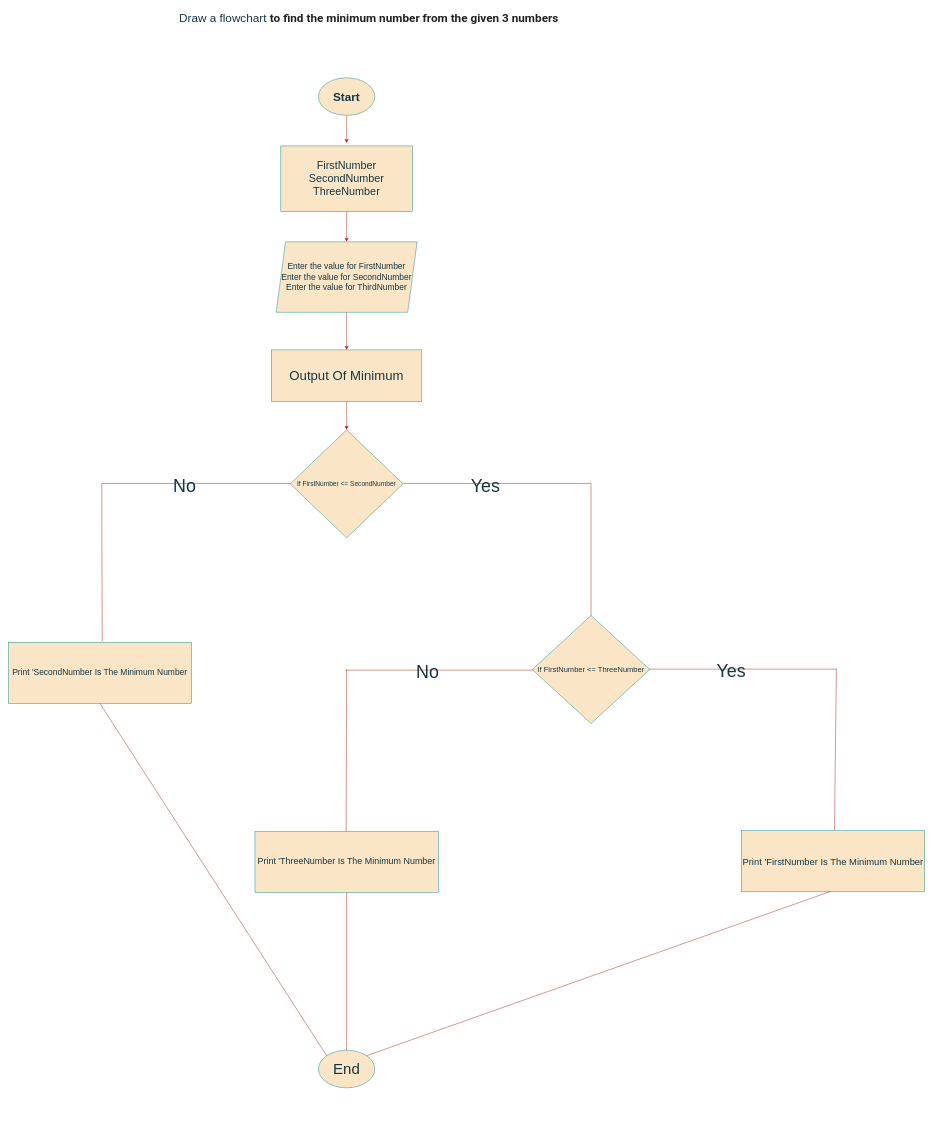
Above: c_language/Control_Structure/Minimum_Three_Numbers.drawio in BhavyaWithCode/FlutterDevelopmentTask (draw.io), before the change. Source tidied: cells renumbered, new cells numbered last; positions are measured from the earlier drawing's top-left corner, leaving out a move shared by most shapes. Both pictures are drawn from the tidied source at 47%, with x=0, y=0 at pixel (8, 8).
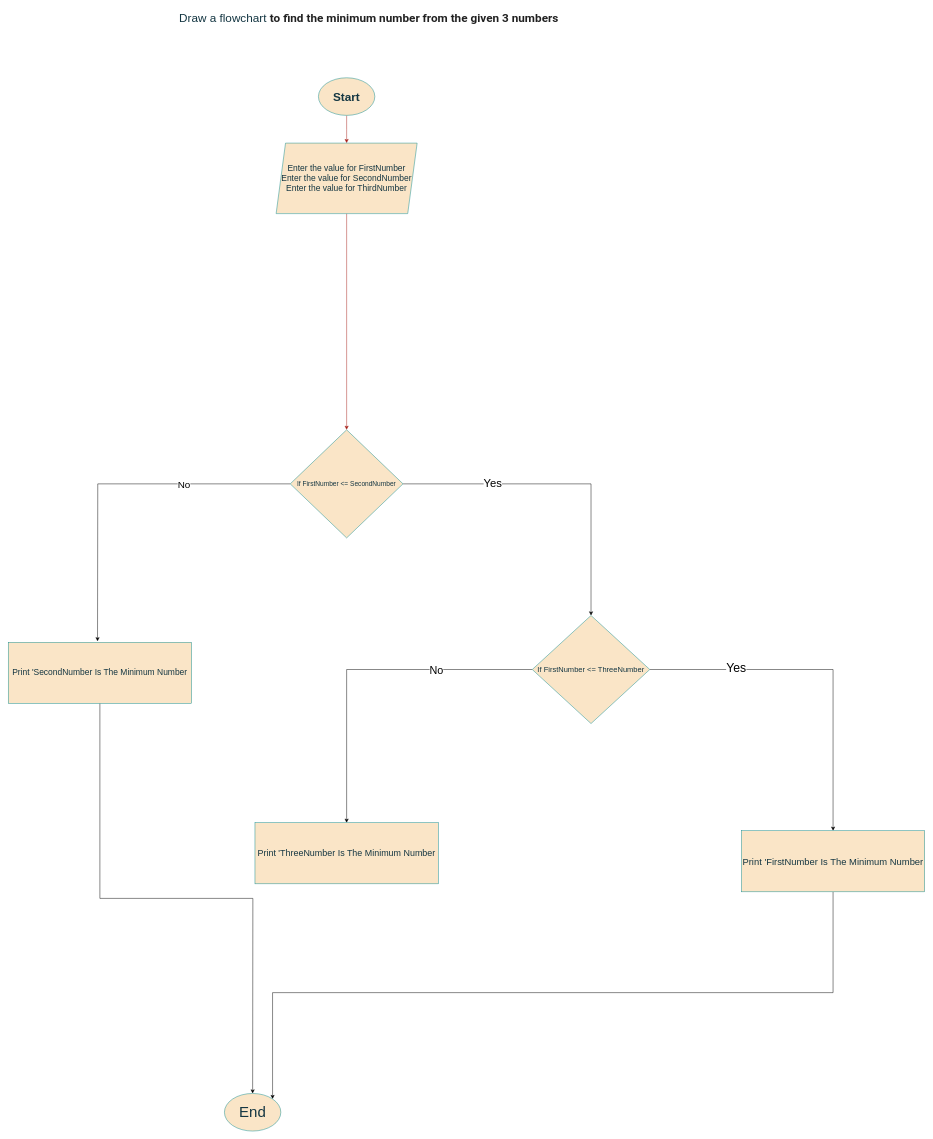
The same diagram, later.

Unchanged cells that the change refers to:
```xml
<mxCell id="11" value="&lt;font style=&quot;font-size: 14px;&quot;&gt;If FirstNumber &amp;lt;= SecondNumber&lt;/font&gt;" style="rhombus;whiteSpace=wrap;html=1;labelBackgroundColor=none;fillColor=#FAE5C7;strokeColor=#0F8B8D;fontColor=#143642;" parent="1" vertex="1">
  <mxGeometry x="600" y="897" width="240" height="230" as="geometry" />
</mxCell>
<mxCell id="17" value="&lt;font style=&quot;font-size: 16px;&quot;&gt;If FirstNumber &amp;lt;= ThreeNumber&lt;/font&gt;" style="rhombus;whiteSpace=wrap;html=1;labelBackgroundColor=none;fillColor=#FAE5C7;strokeColor=#0F8B8D;fontColor=#143642;" parent="1" vertex="1">
  <mxGeometry x="1115" y="1292" width="250" height="230" as="geometry" />
</mxCell>
<mxCell id="25" value="&lt;font style=&quot;font-size: 18px;&quot;&gt;Print 'SecondNumber Is The Minimum Number&lt;/font&gt;" style="rounded=0;whiteSpace=wrap;html=1;labelBackgroundColor=none;fillColor=#FAE5C7;strokeColor=#0F8B8D;fontColor=#143642;" parent="1" vertex="1">
  <mxGeometry y="1349" width="390" height="130" as="geometry" />
</mxCell>
<mxCell id="27" value="&lt;font style=&quot;font-size: 20px;&quot;&gt;Print 'FirstNumber Is The Minimum Number&lt;/font&gt;" style="rounded=0;whiteSpace=wrap;html=1;labelBackgroundColor=none;fillColor=#FAE5C7;strokeColor=#0F8B8D;fontColor=#143642;" parent="1" vertex="1">
  <mxGeometry x="1560" y="1750" width="390" height="130" as="geometry" />
</mxCell>
```

What changed in the source:
```diff
@@
-    <mxCell id="5" style="edgeStyle=orthogonalEdgeStyle;rounded=0;jettySize=auto;html=1;labelBackgroundColor=none;strokeColor=#A8201A;fontColor=default;" parent="1" edge="1" source="6" target="8">
-      <mxGeometry relative="1" as="geometry" />
-    </mxCell>
-    <mxCell id="6" value="&lt;font style=&quot;font-size: 23px;&quot;&gt;FirstNumber&lt;br&gt;SecondNumber&lt;br&gt;ThreeNumber&lt;/font&gt;" style="rounded=0;whiteSpace=wrap;html=1;labelBackgroundColor=none;fillColor=#FAE5C7;strokeColor=#0F8B8D;fontColor=#143642;" parent="1" vertex="1">
-      <mxGeometry x="580" y="293" width="280" height="140" as="geometry" />
-    </mxCell>
-    <mxCell id="7" style="edgeStyle=orthogonalEdgeStyle;rounded=0;jettySize=auto;html=1;labelBackgroundColor=none;strokeColor=#A8201A;fontColor=default;" parent="1" edge="1" source="8" target="10">
+    <mxCell id="7" style="edgeStyle=orthogonalEdgeStyle;rounded=0;jettySize=auto;html=1;labelBackgroundColor=none;strokeColor=#A8201A;fontColor=default;entryX=0.5;entryY=0;entryDx=0;entryDy=0;" parent="1" edge="1" source="8" target="11">
       <mxGeometry relative="1" as="geometry" />
     </mxCell>
     <mxCell id="8" value="&lt;font style=&quot;font-size: 18px;&quot;&gt;Enter the value for FirstNumber&lt;br&gt;Enter the value for SecondNumber&lt;br&gt;Enter the value for ThirdNumber&lt;/font&gt;" style="shape=parallelogram;perimeter=parallelogramPerimeter;whiteSpace=wrap;html=1;fixedSize=1;labelBackgroundColor=none;fillColor=#FAE5C7;strokeColor=#0F8B8D;fontColor=#143642;" parent="1" vertex="1">
-      <mxGeometry x="570" y="497" width="300" height="150" as="geometry" />
+      <mxGeometry x="570" y="287" width="300" height="150" as="geometry" />
     </mxCell>
-    <mxCell id="9" style="edgeStyle=orthogonalEdgeStyle;rounded=0;jettySize=auto;html=1;labelBackgroundColor=none;strokeColor=#A8201A;fontColor=default;" parent="1" edge="1" source="10" target="11">
-      <mxGeometry relative="1" as="geometry" />
-    </mxCell>
-    <mxCell id="10" value="&lt;font style=&quot;font-size: 28px;&quot;&gt;Output Of Minimum&lt;/font&gt;" style="rounded=0;whiteSpace=wrap;html=1;labelBackgroundColor=none;fillColor=#FAE5C7;strokeColor=#0F8B8D;fontColor=#143642;" parent="1" vertex="1">
-      <mxGeometry x="560" y="727" width="320" height="110" as="geometry" />
-    </mxCell>
+    <mxCell id="32" style="edgeStyle=orthogonalEdgeStyle;rounded=0;jettySize=auto;html=1;exitX=0;exitY=0.5;exitDx=0;exitDy=0;" parent="1" edge="1" source="11">
+      <mxGeometry relative="1" as="geometry">
+        <mxPoint x="190" y="1347" as="targetPoint" />
+      </mxGeometry>
+    </mxCell>
+    <mxCell id="33" value="&lt;span style=&quot;font-size: 21px;&quot;&gt;No&lt;/span&gt;" style="edgeLabel;html=1;align=center;verticalAlign=middle;" parent="32" vertex="1">
+      <mxGeometry x="-0.39" y="1" relative="1" as="geometry" />
+    </mxCell>
+    <mxCell id="34" style="edgeStyle=orthogonalEdgeStyle;rounded=0;jettySize=auto;html=1;exitX=1;exitY=0.5;exitDx=0;exitDy=0;entryX=0.5;entryY=0;entryDx=0;entryDy=0;" parent="1" edge="1" source="11" target="17">
+      <mxGeometry relative="1" as="geometry" />
+    </mxCell>
+    <mxCell id="35" value="&lt;span style=&quot;font-size: 24px;&quot;&gt;Yes&lt;/span&gt;" style="edgeLabel;html=1;align=center;verticalAlign=middle;" parent="34" vertex="1">
+      <mxGeometry x="-0.44" y="2" relative="1" as="geometry" />
+    </mxCell>
@@
-    <mxCell id="12" style="endArrow=none;html=1;rounded=0;labelBackgroundColor=none;strokeColor=#A8201A;fontColor=default;" parent="1" edge="1">
-      <mxGeometry relative="1" as="geometry">
-        <mxPoint x="1240" y="1298" as="sourcePoint" />
-        <mxPoint x="1240" y="1011" as="targetPoint" />
-      </mxGeometry>
-    </mxCell>
-    <mxCell id="13" style="endArrow=none;html=1;rounded=0;labelBackgroundColor=none;strokeColor=#A8201A;fontColor=default;" parent="1" edge="1">
-      <mxGeometry relative="1" as="geometry">
-        <mxPoint x="200" y="1011.1" as="sourcePoint" />
-        <mxPoint x="600" y="1011.1" as="targetPoint" />
-      </mxGeometry>
-    </mxCell>
-    <mxCell id="14" value="&lt;font style=&quot;font-size: 38px;&quot;&gt;No&lt;/font&gt;" style="edgeLabel;html=1;align=center;verticalAlign=middle;labelBackgroundColor=none;fontColor=#143642;" parent="13" vertex="1">
-      <mxGeometry x="-0.13" y="-4" relative="1" as="geometry" />
-    </mxCell>
-    <mxCell id="15" style="endArrow=none;html=1;rounded=0;labelBackgroundColor=none;strokeColor=#A8201A;fontColor=default;" parent="1" edge="1">
-      <mxGeometry relative="1" as="geometry">
-        <mxPoint x="840" y="1011.1" as="sourcePoint" />
-        <mxPoint x="1240" y="1011.1" as="targetPoint" />
-      </mxGeometry>
-    </mxCell>
-    <mxCell id="16" value="&lt;span style=&quot;font-size: 38px;&quot;&gt;Yes&lt;/span&gt;" style="edgeLabel;html=1;align=center;verticalAlign=middle;labelBackgroundColor=none;fontColor=#143642;" parent="15" vertex="1">
-      <mxGeometry x="-0.13" y="-4" relative="1" as="geometry" />
-    </mxCell>
+    <mxCell id="36" style="edgeStyle=orthogonalEdgeStyle;rounded=0;jettySize=auto;html=1;exitX=1;exitY=0.5;exitDx=0;exitDy=0;" parent="1" edge="1" source="17" target="27">
+      <mxGeometry relative="1" as="geometry" />
+    </mxCell>
+    <mxCell id="37" value="&lt;span style=&quot;font-size: 26px;&quot;&gt;Yes&lt;/span&gt;" style="edgeLabel;html=1;align=center;verticalAlign=middle;" parent="36" vertex="1">
+      <mxGeometry x="-0.5" y="4" relative="1" as="geometry" />
+    </mxCell>
+    <mxCell id="38" style="edgeStyle=orthogonalEdgeStyle;rounded=0;jettySize=auto;html=1;exitX=0;exitY=0.5;exitDx=0;exitDy=0;" parent="1" edge="1" source="17" target="26">
+      <mxGeometry relative="1" as="geometry" />
+    </mxCell>
+    <mxCell id="39" value="&lt;span style=&quot;font-size: 23px;&quot;&gt;No&lt;/span&gt;" style="edgeLabel;html=1;align=center;verticalAlign=middle;" parent="38" vertex="1">
+      <mxGeometry x="-0.43" y="2" relative="1" as="geometry" />
+    </mxCell>
@@
-    <mxCell id="18" style="endArrow=none;html=1;rounded=0;labelBackgroundColor=none;strokeColor=#A8201A;fontColor=default;" parent="1" edge="1">
-      <mxGeometry relative="1" as="geometry">
-        <mxPoint x="1363" y="1406.2" as="sourcePoint" />
-        <mxPoint x="1763" y="1406.2" as="targetPoint" />
-      </mxGeometry>
-    </mxCell>
-    <mxCell id="19" value="&lt;span style=&quot;font-size: 38px;&quot;&gt;Yes&lt;/span&gt;" style="edgeLabel;html=1;align=center;verticalAlign=middle;labelBackgroundColor=none;fontColor=#143642;" parent="18" vertex="1">
-      <mxGeometry x="-0.13" y="-4" relative="1" as="geometry" />
-    </mxCell>
-    <mxCell id="20" style="endArrow=none;html=1;rounded=0;labelBackgroundColor=none;strokeColor=#A8201A;fontColor=default;" parent="1" edge="1">
-      <mxGeometry relative="1" as="geometry">
-        <mxPoint x="717" y="1408.2" as="sourcePoint" />
-        <mxPoint x="1117" y="1408.2" as="targetPoint" />
-      </mxGeometry>
-    </mxCell>
-    <mxCell id="21" value="&lt;font style=&quot;font-size: 38px;&quot;&gt;No&lt;/font&gt;" style="edgeLabel;html=1;align=center;verticalAlign=middle;labelBackgroundColor=none;fontColor=#143642;" parent="20" vertex="1">
-      <mxGeometry x="-0.13" y="-4" relative="1" as="geometry" />
-    </mxCell>
-    <mxCell id="22" style="endArrow=none;html=1;rounded=0;exitX=0.5;exitY=0;exitDx=0;exitDy=0;labelBackgroundColor=none;strokeColor=#A8201A;fontColor=default;" parent="1" edge="1">
-      <mxGeometry relative="1" as="geometry">
-        <mxPoint x="1758" y="1749" as="sourcePoint" />
-        <mxPoint x="1762" y="1406" as="targetPoint" />
-      </mxGeometry>
-    </mxCell>
-    <mxCell id="23" style="endArrow=none;html=1;rounded=0;exitX=0.5;exitY=0;exitDx=0;exitDy=0;labelBackgroundColor=none;strokeColor=#A8201A;fontColor=default;" parent="1" edge="1">
-      <mxGeometry relative="1" as="geometry">
-        <mxPoint x="719" y="1753" as="sourcePoint" />
-        <mxPoint x="720" y="1407" as="targetPoint" />
-      </mxGeometry>
-    </mxCell>
-    <mxCell id="24" style="endArrow=none;html=1;rounded=0;labelBackgroundColor=none;strokeColor=#A8201A;fontColor=default;" parent="1" edge="1">
-      <mxGeometry relative="1" as="geometry">
-        <mxPoint x="200" y="1347" as="sourcePoint" />
-        <mxPoint x="199" y="1010" as="targetPoint" />
-      </mxGeometry>
-    </mxCell>
+    <mxCell id="40" style="edgeStyle=orthogonalEdgeStyle;rounded=0;jettySize=auto;html=1;exitX=0.5;exitY=1;exitDx=0;exitDy=0;" parent="1" edge="1" source="25">
+      <mxGeometry relative="1" as="geometry">
+        <mxPoint x="520" y="2309" as="targetPoint" />
+      </mxGeometry>
+    </mxCell>
@@
     <mxCell id="26" value="&lt;font style=&quot;font-size: 19px;&quot;&gt;Print 'ThreeNumber Is The Minimum Number&lt;/font&gt;" style="rounded=0;whiteSpace=wrap;html=1;labelBackgroundColor=none;fillColor=#FAE5C7;strokeColor=#0F8B8D;fontColor=#143642;" parent="1" vertex="1">
-      <mxGeometry x="525" y="1751" width="390" height="130" as="geometry" />
+      <mxGeometry x="525" y="1733" width="390" height="130" as="geometry" />
     </mxCell>
+    <mxCell id="41" style="edgeStyle=orthogonalEdgeStyle;rounded=0;jettySize=auto;html=1;exitX=0.5;exitY=1;exitDx=0;exitDy=0;entryX=1;entryY=0;entryDx=0;entryDy=0;" parent="1" edge="1" source="27" target="28">
+      <mxGeometry relative="1" as="geometry" />
+    </mxCell>
@@
     <mxCell id="28" value="&lt;font style=&quot;font-size: 32px;&quot;&gt;End&lt;/font&gt;" style="ellipse;whiteSpace=wrap;html=1;labelBackgroundColor=none;fillColor=#FAE5C7;strokeColor=#0F8B8D;fontColor=#143642;" parent="1" vertex="1">
-      <mxGeometry x="660" y="2217" width="120" height="80" as="geometry" />
+      <mxGeometry x="460" y="2309" width="120" height="80" as="geometry" />
     </mxCell>
-    <mxCell id="29" style="endArrow=none;html=1;rounded=0;exitX=0.5;exitY=1;exitDx=0;exitDy=0;entryX=0;entryY=0;entryDx=0;entryDy=0;labelBackgroundColor=none;strokeColor=#A8201A;fontColor=default;" parent="1" edge="1" source="25" target="28">
-      <mxGeometry relative="1" as="geometry" />
-    </mxCell>
-    <mxCell id="30" style="endArrow=none;html=1;rounded=0;exitX=0.5;exitY=0;exitDx=0;exitDy=0;entryX=0.5;entryY=1;entryDx=0;entryDy=0;labelBackgroundColor=none;strokeColor=#A8201A;fontColor=default;" parent="1" edge="1" source="28" target="26">
-      <mxGeometry relative="1" as="geometry" />
-    </mxCell>
-    <mxCell id="31" style="endArrow=none;html=1;rounded=0;exitX=1;exitY=0;exitDx=0;exitDy=0;labelBackgroundColor=none;strokeColor=#A8201A;fontColor=default;" parent="1" edge="1" source="28">
-      <mxGeometry relative="1" as="geometry">
-        <mxPoint x="1750" y="1879" as="targetPoint" />
-      </mxGeometry>
-    </mxCell>
```
